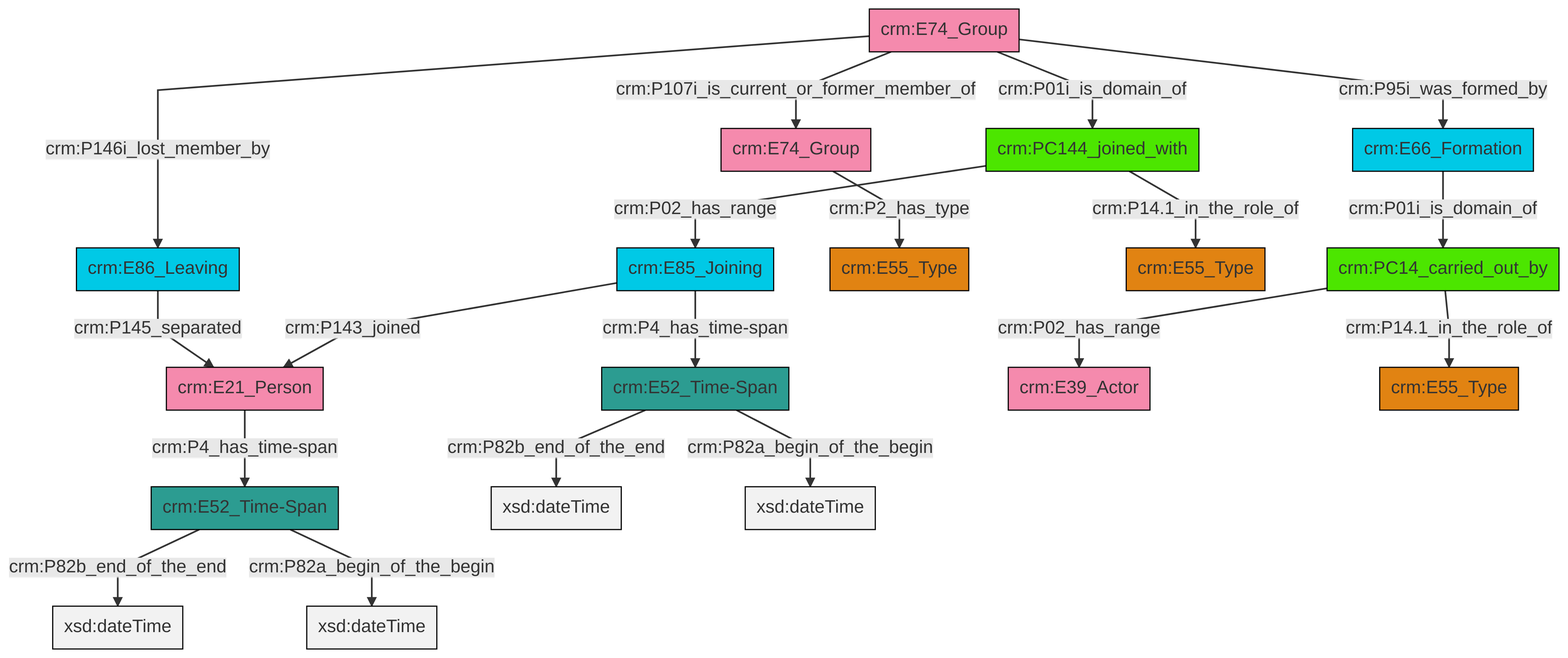
This is et/groupCSV/ttl/mmd/png/group_actor_relations.png from swiss-art-research-net/reference-data-models, a Mermaid export, as it was before one commit. Its source is kept beside it as et/groupCSV/ttl/mmd/group_actor_relations.ttl.mmd.
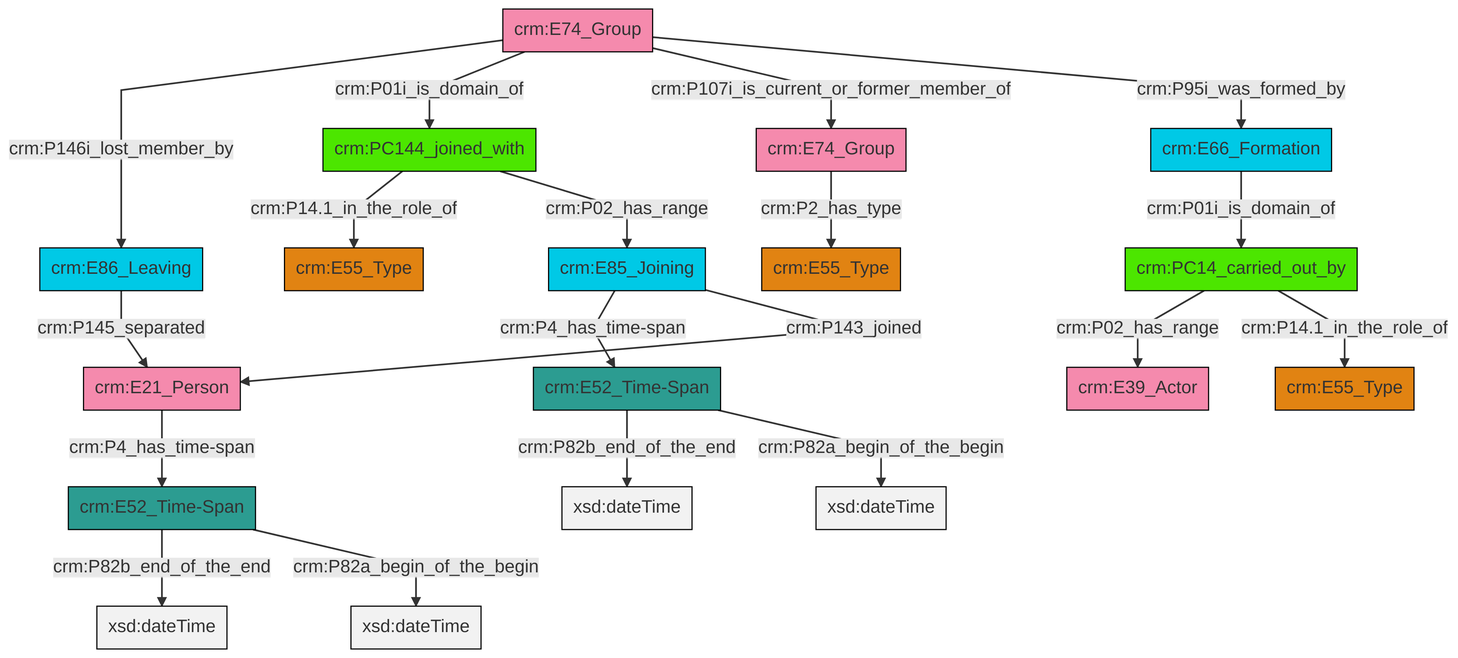
Later version of the same file.

Change to the diagram source:
```diff
@@ -13,21 +13,21 @@
 classDef PC_Classes fill:#4ce600, stroke:#000000;
 classDef Multi fill:#cccccc,stroke:#000000;
 
-0["crm:E74_Group"]:::Actor -->|crm:P01i_is_domain_of| 1["crm:PC144_joined_with"]:::PC_Classes
-0["crm:E74_Group"]:::Actor -->|crm:P95i_was_formed_by| 5["crm:E66_Formation"]:::Temporal_Entity
-6["crm:E85_Joining"]:::Temporal_Entity -->|crm:P143_joined| 7["crm:E21_Person"]:::Actor
-11["crm:E52_Time-Span"]:::Time-Span -->|crm:P82b_end_of_the_end| 12[xsd:dateTime]:::Literal
-13["crm:E52_Time-Span"]:::Time-Span -->|crm:P82b_end_of_the_end| 14[xsd:dateTime]:::Literal
-3["crm:PC14_carried_out_by"]:::PC_Classes -->|crm:P02_has_range| 15["crm:E39_Actor"]:::Actor
-0["crm:E74_Group"]:::Actor -->|crm:P146i_lost_member_by| 18["crm:E86_Leaving"]:::Temporal_Entity
-3["crm:PC14_carried_out_by"]:::PC_Classes -->|crm:P14.1_in_the_role_of| 20["crm:E55_Type"]:::Type
-1["crm:PC144_joined_with"]:::PC_Classes -->|crm:P02_has_range| 6["crm:E85_Joining"]:::Temporal_Entity
-7["crm:E21_Person"]:::Actor -->|crm:P4_has_time-span| 11["crm:E52_Time-Span"]:::Time-Span
-5["crm:E66_Formation"]:::Temporal_Entity -->|crm:P01i_is_domain_of| 3["crm:PC14_carried_out_by"]:::PC_Classes
-13["crm:E52_Time-Span"]:::Time-Span -->|crm:P82a_begin_of_the_begin| 28[xsd:dateTime]:::Literal
-6["crm:E85_Joining"]:::Temporal_Entity -->|crm:P4_has_time-span| 13["crm:E52_Time-Span"]:::Time-Span
-0["crm:E74_Group"]:::Actor -->|crm:P107i_is_current_or_former_member_of| 29["crm:E74_Group"]:::Actor
-18["crm:E86_Leaving"]:::Temporal_Entity -->|crm:P145_separated| 7["crm:E21_Person"]:::Actor
-11["crm:E52_Time-Span"]:::Time-Span -->|crm:P82a_begin_of_the_begin| 34[xsd:dateTime]:::Literal
-29["crm:E74_Group"]:::Actor -->|crm:P2_has_type| 8["crm:E55_Type"]:::Type
-1["crm:PC144_joined_with"]:::PC_Classes -->|crm:P14.1_in_the_role_of| 16["crm:E55_Type"]:::Type
+0["crm:PC14_carried_out_by"]:::PC_Classes -->|crm:P02_has_range| 1["crm:E39_Actor"]:::Actor
+4["crm:PC144_joined_with"]:::PC_Classes -->|crm:P14.1_in_the_role_of| 2["crm:E55_Type"]:::Type
+5["crm:E74_Group"]:::Actor -->|crm:P146i_lost_member_by| 6["crm:E86_Leaving"]:::Temporal_Entity
+5["crm:E74_Group"]:::Actor -->|crm:P01i_is_domain_of| 4["crm:PC144_joined_with"]:::PC_Classes
+5["crm:E74_Group"]:::Actor -->|crm:P107i_is_current_or_former_member_of| 7["crm:E74_Group"]:::Actor
+8["crm:E52_Time-Span"]:::Time-Span -->|crm:P82b_end_of_the_end| 9[xsd:dateTime]:::Literal
+6["crm:E86_Leaving"]:::Temporal_Entity -->|crm:P145_separated| 17["crm:E21_Person"]:::Actor
+10["crm:E85_Joining"]:::Temporal_Entity -->|crm:P4_has_time-span| 20["crm:E52_Time-Span"]:::Time-Span
+4["crm:PC144_joined_with"]:::PC_Classes -->|crm:P02_has_range| 10["crm:E85_Joining"]:::Temporal_Entity
+0["crm:PC14_carried_out_by"]:::PC_Classes -->|crm:P14.1_in_the_role_of| 21["crm:E55_Type"]:::Type
+20["crm:E52_Time-Span"]:::Time-Span -->|crm:P82b_end_of_the_end| 23[xsd:dateTime]:::Literal
+17["crm:E21_Person"]:::Actor -->|crm:P4_has_time-span| 8["crm:E52_Time-Span"]:::Time-Span
+24["crm:E66_Formation"]:::Temporal_Entity -->|crm:P01i_is_domain_of| 0["crm:PC14_carried_out_by"]:::PC_Classes
+20["crm:E52_Time-Span"]:::Time-Span -->|crm:P82a_begin_of_the_begin| 25[xsd:dateTime]:::Literal
+8["crm:E52_Time-Span"]:::Time-Span -->|crm:P82a_begin_of_the_begin| 28[xsd:dateTime]:::Literal
+10["crm:E85_Joining"]:::Temporal_Entity -->|crm:P143_joined| 17["crm:E21_Person"]:::Actor
+7["crm:E74_Group"]:::Actor -->|crm:P2_has_type| 12["crm:E55_Type"]:::Type
+5["crm:E74_Group"]:::Actor -->|crm:P95i_was_formed_by| 24["crm:E66_Formation"]:::Temporal_Entity
```
